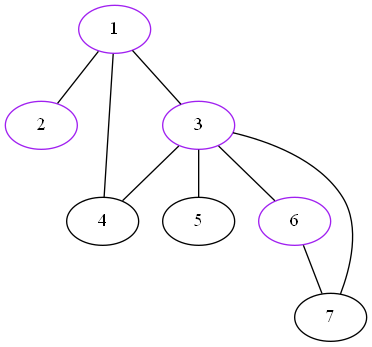
simonnordlund/DAT515 keeps this Graphviz diagram as Graph.gv.png. Above is the earlier version. Its source is kept beside it as Graph.gv.
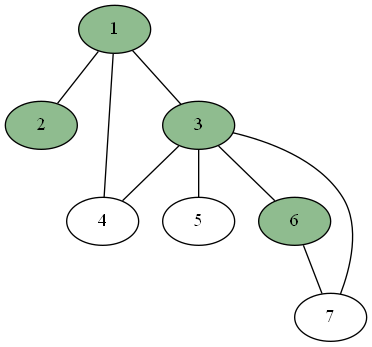
The same file after the commit.

The edit, as a diff of the source:
```diff
@@ -1,10 +1,10 @@
 graph "Graph" {
-	1 [color=purple]
-	2 [color=purple]
-	3 [color=purple]
+	1 [fillcolor=darkseagreen style=filled]
+	2 [fillcolor=darkseagreen style=filled]
+	3 [fillcolor=darkseagreen style=filled]
 	4
 	5
-	6 [color=purple]
+	6 [fillcolor=darkseagreen style=filled]
 	7
 	1 -- 2
 	1 -- 3
```
